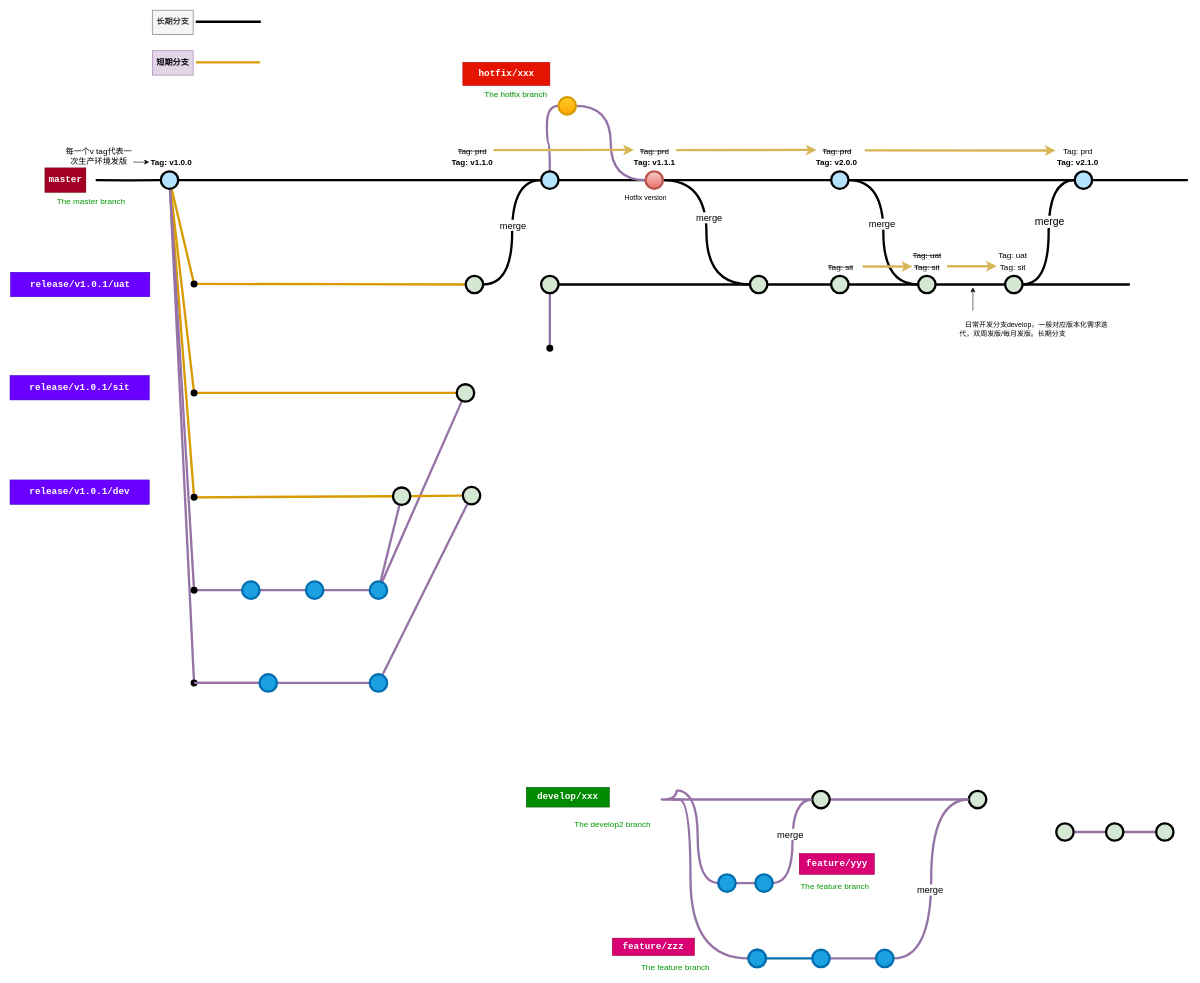
bbcpan/SpringCloud keeps this draw.io diagram as Untitled Diagram.drawio. Above is the earlier version. Source tidied: cells renumbered, new cells numbered last; positions are measured from the earlier drawing's top-left corner, leaving out a move shared by most shapes. Both pictures are drawn from the tidied source at 58%, with x=0, y=0 at pixel (10, 10).
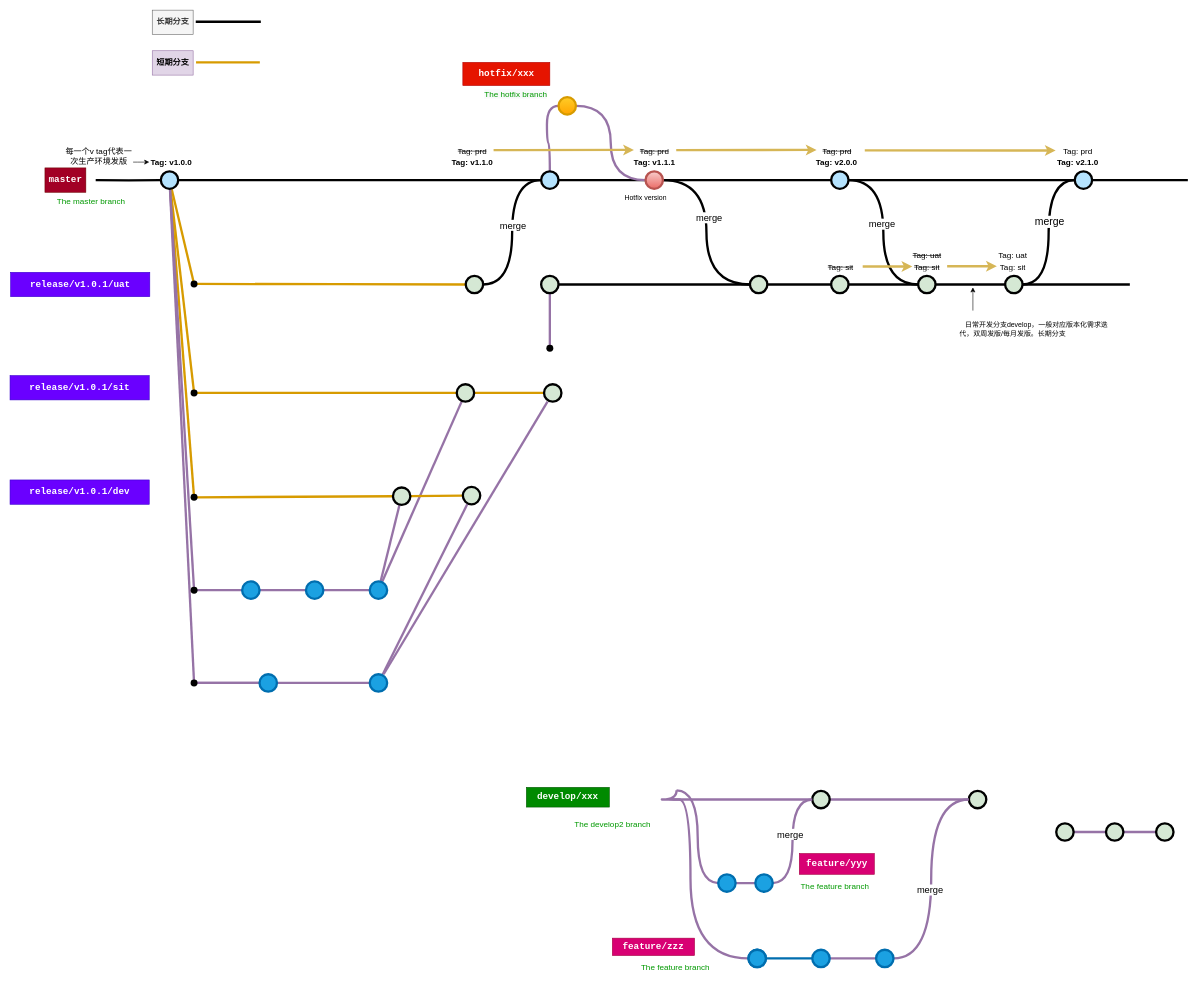
The same page after the edit.

Unchanged cells that the change refers to:
```xml
<mxCell id="125" style="verticalLabelPosition=bottom;verticalAlign=top;html=1;strokeWidth=4;shape=mxgraph.flowchart.on-page_reference;plain-purple;gradientColor=none;strokeColor=#000000;fillColor=#D5E8D4;" parent="1" vertex="1">
  <mxGeometry x="770" y="645" width="30" height="30" as="geometry" />
</mxCell>
<mxCell id="132" style="verticalLabelPosition=bottom;verticalAlign=top;html=1;strokeWidth=4;shape=mxgraph.flowchart.on-page_reference;strokeColor=#006EAF;fillColor=#1ba1e2;fontColor=#ffffff;" parent="1" vertex="1">
  <mxGeometry x="620" y="1145" width="30" height="30" as="geometry" />
</mxCell>
```

What changed in the source:
```diff
@@
+    <mxCell id="134" style="edgeStyle=none;shape=connector;rounded=0;jettySize=auto;html=1;labelBackgroundColor=default;fontFamily=Helvetica;fontSize=15;fontColor=default;startArrow=none;endArrow=none;endFill=0;strokeColor=#d79b00;strokeWidth=4;fillColor=#ffe6cc;" parent="1" edge="1" source="125" target="136">
+      <mxGeometry relative="1" as="geometry" />
+    </mxCell>
@@
-    <mxCell id="127" style="shape=waypoint;sketch=0;size=6;points=[];fillColor=#D5E8D4;perimeter=centerPerimeter;snapToPoint=1;verticalAlign=top;strokeColor=#000000;strokeWidth=4;gradientColor=none;" parent="1" vertex="1">
-      <mxGeometry x="297.1" y="1140" width="40" height="40" as="geometry" />
-    </mxCell>
@@
+    <mxCell id="135" style="edgeStyle=none;shape=connector;rounded=0;jettySize=auto;html=1;labelBackgroundColor=default;fontFamily=Helvetica;fontSize=15;fontColor=default;endArrow=none;endFill=0;strokeColor=#9673a6;strokeWidth=4;fillColor=#e1d5e7;" parent="1" edge="1" source="132" target="136">
+      <mxGeometry relative="1" as="geometry" />
+    </mxCell>
@@
+    <mxCell id="127" style="shape=waypoint;sketch=0;size=6;points=[];fillColor=#D5E8D4;perimeter=centerPerimeter;snapToPoint=1;verticalAlign=top;strokeColor=#000000;strokeWidth=4;gradientColor=none;" parent="1" vertex="1">
+      <mxGeometry x="297.1" y="1140" width="40" height="40" as="geometry" />
+    </mxCell>
+    <mxCell id="136" style="verticalLabelPosition=bottom;verticalAlign=top;html=1;strokeWidth=4;shape=mxgraph.flowchart.on-page_reference;plain-purple;gradientColor=none;strokeColor=#000000;fillColor=#D5E8D4;" parent="1" vertex="1">
+      <mxGeometry x="920.5" y="645" width="30" height="30" as="geometry" />
+    </mxCell>
```
